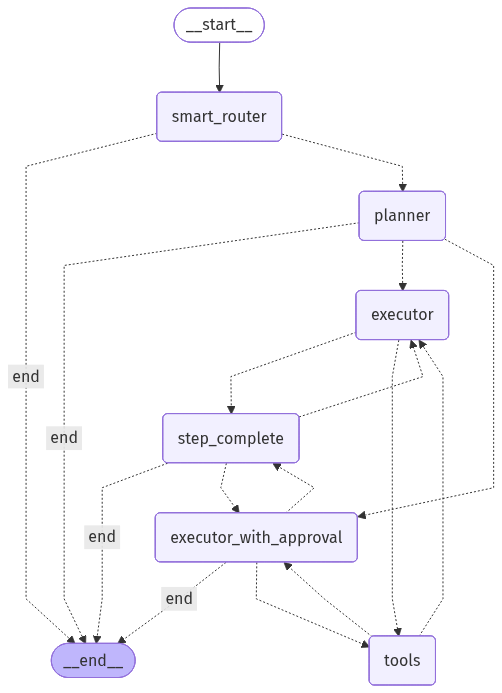
Above: workflow_graph.png in sayandedotcom/chat-automation (Mermaid), before the change. Its source is kept beside it as workflow_graph.mermaid. The source it was exported from:
```mermaid
---
config:
  flowchart:
    curve: linear
---
graph TD;
	__start__([<p>__start__</p>]):::first
	smart_router(smart_router)
	planner(planner)
	executor(executor)
	executor_with_approval(executor_with_approval)
	step_complete(step_complete)
	tools(tools)
	__end__([<p>__end__</p>]):::last
	__start__ --> smart_router;
	executor -.-> step_complete;
	executor -.-> tools;
	executor_with_approval -. &nbsp;end&nbsp; .-> __end__;
	executor_with_approval -.-> step_complete;
	executor_with_approval -.-> tools;
	planner -. &nbsp;end&nbsp; .-> __end__;
	planner -.-> executor;
	planner -.-> executor_with_approval;
	smart_router -. &nbsp;end&nbsp; .-> __end__;
	smart_router -.-> planner;
	step_complete -. &nbsp;end&nbsp; .-> __end__;
	step_complete -.-> executor;
	step_complete -.-> executor_with_approval;
	tools -.-> executor;
	tools -.-> executor_with_approval;
	classDef default fill:#f2f0ff,line-height:1.2
	classDef first fill-opacity:0
	classDef last fill:#bfb6fc
```
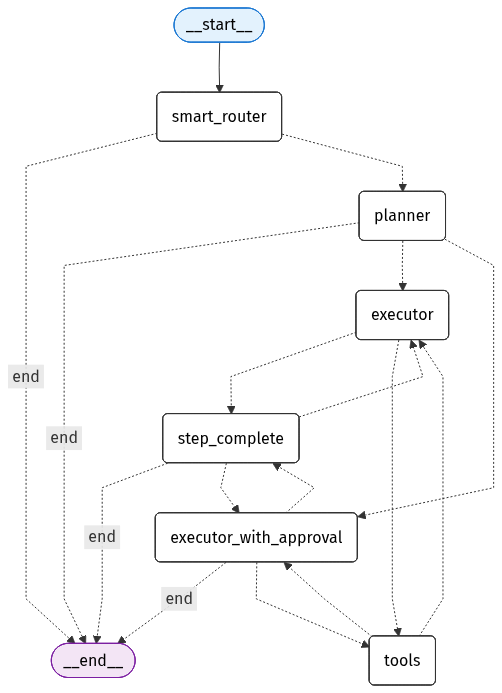
After the commit.

Commit message:
fix: update workflow graph with white background for better visibility

Change to the diagram source:
```diff
@@ -28,6 +28,6 @@
 	step_complete -.-> executor_with_approval;
 	tools -.-> executor;
 	tools -.-> executor_with_approval;
-	classDef default fill:#f2f0ff,line-height:1.2
-	classDef first fill-opacity:0
-	classDef last fill:#bfb6fc
+	classDef default fill:#ffffff,stroke:#333333,color:#000000,line-height:1.2
+	classDef first fill:#e3f2fd,stroke:#1976d2,color:#000000
+	classDef last fill:#f3e5f5,stroke:#7b1fa2,color:#000000
```
